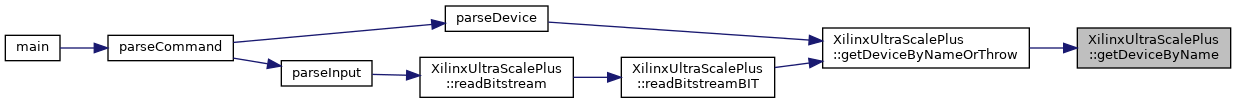
Above: classXilinxUltraScalePlus_aff5435669bcff7d1a37611e13d32a3f4_icgraph.png in FPGA-Research-Manchester/byteman (Graphviz), before the change. Its source is kept beside it as classXilinxUltraScalePlus_aff5435669bcff7d1a37611e13d32a3f4_icgraph.dot. The source it was exported from:
```dot
digraph "XilinxUltraScalePlus::getDeviceByName"
{
  edge [fontname="Helvetica",fontsize="10",labelfontname="Helvetica",labelfontsize="10"];
  node [fontname="Helvetica",fontsize="10",shape=record];
  rankdir="RL";
  Node1 [label="XilinxUltraScalePlus\l::getDeviceByName",height=0.2,width=0.4,color="black", fillcolor="grey75", style="filled", fontcolor="black",tooltip=" "];
  Node1 -> Node2 [dir="back",color="midnightblue",fontsize="10",style="solid",fontname="Helvetica"];
  Node2 [label="XilinxUltraScalePlus\l::getDeviceByNameOrThrow",height=0.2,width=0.4,color="black", fillcolor="white", style="filled",URL="$classXilinxUltraScalePlus.html#aa7161a5191cf43caf46263dbc82a45ef",tooltip=" "];
  Node2 -> Node3 [dir="back",color="midnightblue",fontsize="10",style="solid",fontname="Helvetica"];
  Node3 [label="parseDevice",height=0.2,width=0.4,color="black", fillcolor="white", style="filled",URL="$byteman_8cpp.html#a883440ce4fd99a9d8375dd36b34346ee",tooltip=" "];
  Node3 -> Node4 [dir="back",color="midnightblue",fontsize="10",style="solid",fontname="Helvetica"];
  Node4 [label="parseCommand",height=0.2,width=0.4,color="black", fillcolor="white", style="filled",URL="$byteman_8cpp.html#a913ad3944130fafece24fe460db9b6aa",tooltip=" "];
  Node4 -> Node5 [dir="back",color="midnightblue",fontsize="10",style="solid",fontname="Helvetica"];
  Node5 [label="main",height=0.2,width=0.4,color="black", fillcolor="white", style="filled",URL="$byteman_8cpp.html#a0ddf1224851353fc92bfbff6f499fa97",tooltip=" "];
  Node2 -> Node6 [dir="back",color="midnightblue",fontsize="10",style="solid",fontname="Helvetica"];
  Node6 [label="XilinxUltraScalePlus\l::readBitstreamBIT",height=0.2,width=0.4,color="black", fillcolor="white", style="filled",URL="$classXilinxUltraScalePlus.html#a769ebbdec0576b08602bbc49f9d6ceef",tooltip=" "];
  Node6 -> Node7 [dir="back",color="midnightblue",fontsize="10",style="solid",fontname="Helvetica"];
  Node7 [label="XilinxUltraScalePlus\l::readBitstream",height=0.2,width=0.4,color="black", fillcolor="white", style="filled",URL="$classXilinxUltraScalePlus.html#a0e5d08a2e5c37a29a1a04d50b48739d2",tooltip=" "];
  Node7 -> Node8 [dir="back",color="midnightblue",fontsize="10",style="solid",fontname="Helvetica"];
  Node8 [label="parseInput",height=0.2,width=0.4,color="black", fillcolor="white", style="filled",URL="$byteman_8cpp.html#a4dbd88e4909b2f0429f9d0b2fc2608bb",tooltip=" "];
  Node8 -> Node4 [dir="back",color="midnightblue",fontsize="10",style="solid",fontname="Helvetica"];
}
```
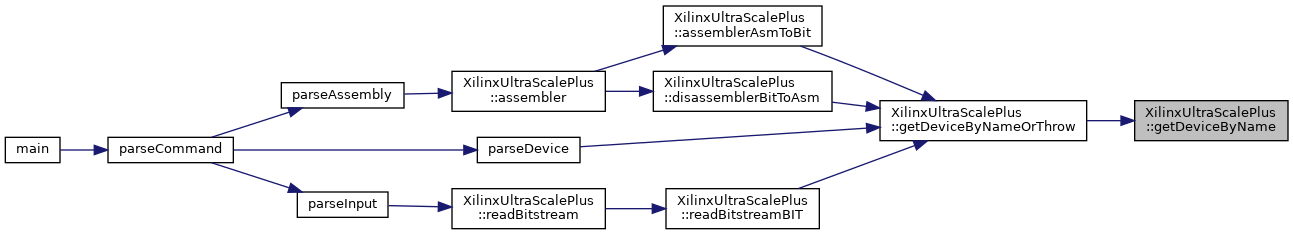
The same diagram one commit later.

Diff of the diagram source:
```diff
@@ -7,16 +7,26 @@
   Node1 -> Node2 [dir="back",color="midnightblue",fontsize="10",style="solid",fontname="Helvetica"];
   Node2 [label="XilinxUltraScalePlus\l::getDeviceByNameOrThrow",height=0.2,width=0.4,color="black", fillcolor="white", style="filled",URL="$classXilinxUltraScalePlus.html#aa7161a5191cf43caf46263dbc82a45ef",tooltip=" "];
   Node2 -> Node3 [dir="back",color="midnightblue",fontsize="10",style="solid",fontname="Helvetica"];
-  Node3 [label="parseDevice",height=0.2,width=0.4,color="black", fillcolor="white", style="filled",URL="$byteman_8cpp.html#a883440ce4fd99a9d8375dd36b34346ee",tooltip=" "];
+  Node3 [label="XilinxUltraScalePlus\l::assemblerAsmToBit",height=0.2,width=0.4,color="black", fillcolor="white", style="filled",URL="$classXilinxUltraScalePlus.html#a058802c627c4177c6fd88ca079551207",tooltip=" "];
   Node3 -> Node4 [dir="back",color="midnightblue",fontsize="10",style="solid",fontname="Helvetica"];
-  Node4 [label="parseCommand",height=0.2,width=0.4,color="black", fillcolor="white", style="filled",URL="$byteman_8cpp.html#a913ad3944130fafece24fe460db9b6aa",tooltip=" "];
+  Node4 [label="XilinxUltraScalePlus\l::assembler",height=0.2,width=0.4,color="black", fillcolor="white", style="filled",URL="$classXilinxUltraScalePlus.html#a53e5f6ec962f1f2a961f90b8b9e90e10",tooltip=" "];
   Node4 -> Node5 [dir="back",color="midnightblue",fontsize="10",style="solid",fontname="Helvetica"];
-  Node5 [label="main",height=0.2,width=0.4,color="black", fillcolor="white", style="filled",URL="$byteman_8cpp.html#a0ddf1224851353fc92bfbff6f499fa97",tooltip=" "];
-  Node2 -> Node6 [dir="back",color="midnightblue",fontsize="10",style="solid",fontname="Helvetica"];
-  Node6 [label="XilinxUltraScalePlus\l::readBitstreamBIT",height=0.2,width=0.4,color="black", fillcolor="white", style="filled",URL="$classXilinxUltraScalePlus.html#a769ebbdec0576b08602bbc49f9d6ceef",tooltip=" "];
+  Node5 [label="parseAssembly",height=0.2,width=0.4,color="black", fillcolor="white", style="filled",URL="$byteman_8cpp.html#abdebe35e6ba3749eaa14350ca0942419",tooltip=" "];
+  Node5 -> Node6 [dir="back",color="midnightblue",fontsize="10",style="solid",fontname="Helvetica"];
+  Node6 [label="parseCommand",height=0.2,width=0.4,color="black", fillcolor="white", style="filled",URL="$byteman_8cpp.html#a913ad3944130fafece24fe460db9b6aa",tooltip=" "];
   Node6 -> Node7 [dir="back",color="midnightblue",fontsize="10",style="solid",fontname="Helvetica"];
-  Node7 [label="XilinxUltraScalePlus\l::readBitstream",height=0.2,width=0.4,color="black", fillcolor="white", style="filled",URL="$classXilinxUltraScalePlus.html#a0e5d08a2e5c37a29a1a04d50b48739d2",tooltip=" "];
-  Node7 -> Node8 [dir="back",color="midnightblue",fontsize="10",style="solid",fontname="Helvetica"];
-  Node8 [label="parseInput",height=0.2,width=0.4,color="black", fillcolor="white", style="filled",URL="$byteman_8cpp.html#a4dbd88e4909b2f0429f9d0b2fc2608bb",tooltip=" "];
+  Node7 [label="main",height=0.2,width=0.4,color="black", fillcolor="white", style="filled",URL="$byteman_8cpp.html#a0ddf1224851353fc92bfbff6f499fa97",tooltip=" "];
+  Node2 -> Node8 [dir="back",color="midnightblue",fontsize="10",style="solid",fontname="Helvetica"];
+  Node8 [label="XilinxUltraScalePlus\l::disassemblerBitToAsm",height=0.2,width=0.4,color="black", fillcolor="white", style="filled",URL="$classXilinxUltraScalePlus.html#a54f9af4b6723a99c0b9e8e9c9b424d00",tooltip=" "];
   Node8 -> Node4 [dir="back",color="midnightblue",fontsize="10",style="solid",fontname="Helvetica"];
+  Node2 -> Node9 [dir="back",color="midnightblue",fontsize="10",style="solid",fontname="Helvetica"];
+  Node9 [label="parseDevice",height=0.2,width=0.4,color="black", fillcolor="white", style="filled",URL="$byteman_8cpp.html#a883440ce4fd99a9d8375dd36b34346ee",tooltip=" "];
+  Node9 -> Node6 [dir="back",color="midnightblue",fontsize="10",style="solid",fontname="Helvetica"];
+  Node2 -> Node10 [dir="back",color="midnightblue",fontsize="10",style="solid",fontname="Helvetica"];
+  Node10 [label="XilinxUltraScalePlus\l::readBitstreamBIT",height=0.2,width=0.4,color="black", fillcolor="white", style="filled",URL="$classXilinxUltraScalePlus.html#a62dea738808396d7d520f26d8e5594d2",tooltip=" "];
+  Node10 -> Node11 [dir="back",color="midnightblue",fontsize="10",style="solid",fontname="Helvetica"];
+  Node11 [label="XilinxUltraScalePlus\l::readBitstream",height=0.2,width=0.4,color="black", fillcolor="white", style="filled",URL="$classXilinxUltraScalePlus.html#a0e5d08a2e5c37a29a1a04d50b48739d2",tooltip=" "];
+  Node11 -> Node12 [dir="back",color="midnightblue",fontsize="10",style="solid",fontname="Helvetica"];
+  Node12 [label="parseInput",height=0.2,width=0.4,color="black", fillcolor="white", style="filled",URL="$byteman_8cpp.html#a4dbd88e4909b2f0429f9d0b2fc2608bb",tooltip=" "];
+  Node12 -> Node6 [dir="back",color="midnightblue",fontsize="10",style="solid",fontname="Helvetica"];
 }
```
